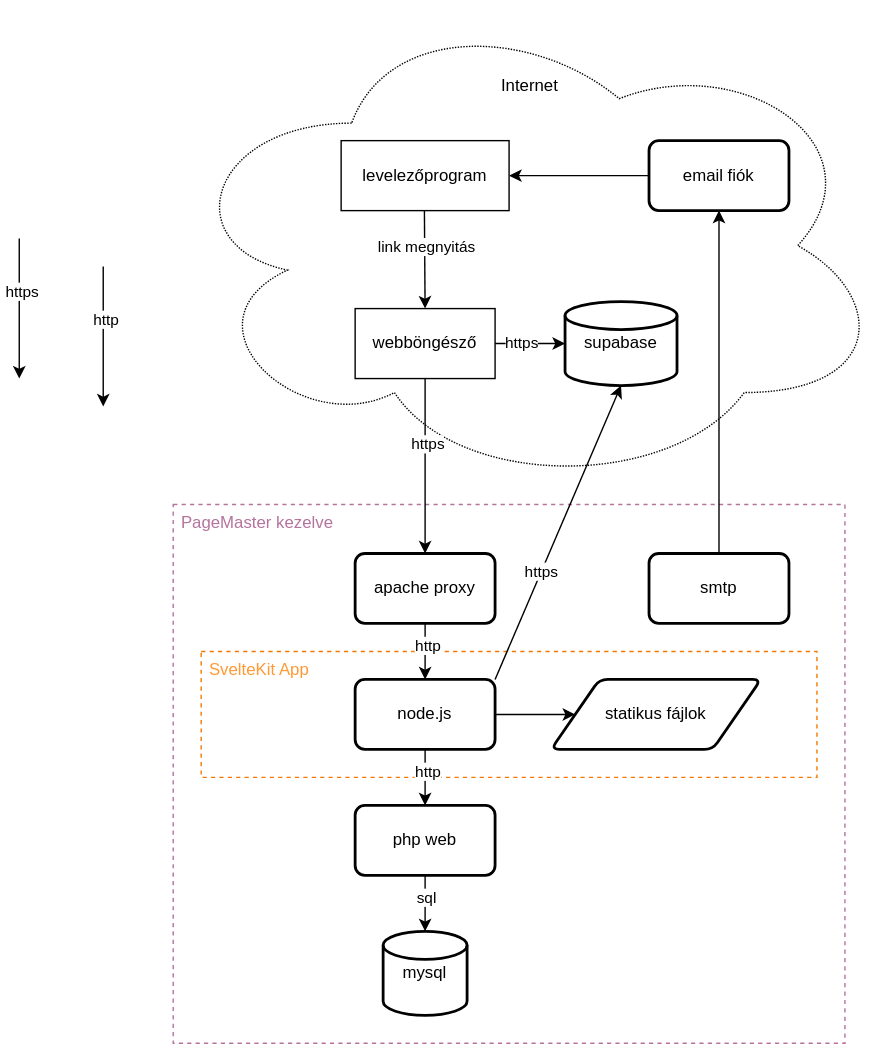
This is skanzen-folyamatábra.svg from boczpeter/notes, a draw.io export, as it was before one commit. Source tidied: cells renumbered, new cells last; positions are measured from the earlier drawing's top-left corner, leaving out a move shared by most shapes.
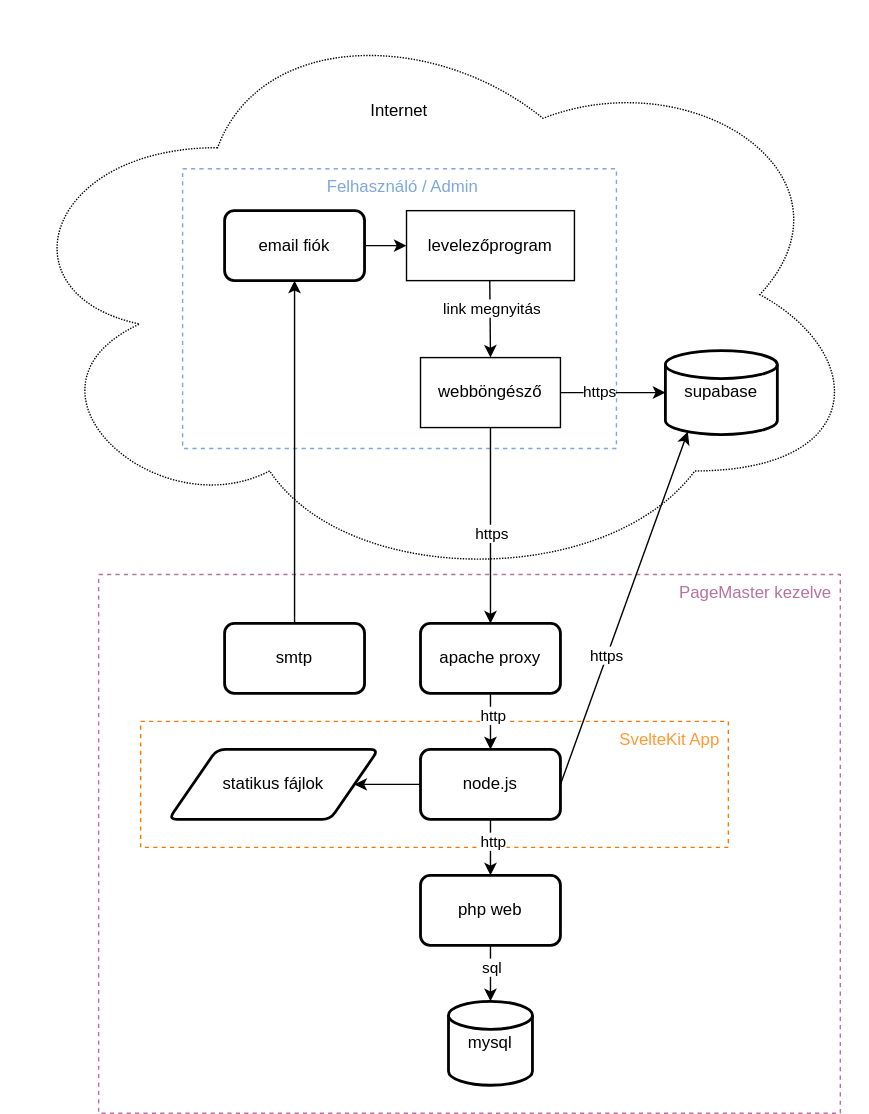
The same file after the commit.

What changed in the source:
```diff
@@ -2,14 +2,17 @@
   <root>
     <mxCell id="0" />
     <mxCell id="1" parent="0" />
-    <mxCell id="2" value="&lt;div align=&quot;center&quot;&gt;Internet&lt;/div&gt;" style="ellipse;shape=cloud;whiteSpace=wrap;html=1;align=center;verticalAlign=top;spacingTop=47;dashed=1;dashPattern=1 1;strokeWidth=1;perimeterSpacing=0;shadow=0;" parent="1" vertex="1">
-      <mxGeometry x="110" width="510" height="350" as="geometry" />
+    <mxCell id="2" value="&lt;div align=&quot;center&quot;&gt;Internet&lt;/div&gt;" style="ellipse;shape=cloud;whiteSpace=wrap;html=1;align=center;verticalAlign=top;spacingTop=65;dashed=1;dashPattern=1 1;strokeWidth=1;perimeterSpacing=0;shadow=0;spacingRight=50;" parent="1" vertex="1">
+      <mxGeometry x="-60" y="-50" width="620" height="420" as="geometry" />
     </mxCell>
+    <mxCell id="36" value="Felhasználó / Admin" style="rounded=0;whiteSpace=wrap;html=1;dashed=1;align=center;verticalAlign=top;labelBackgroundColor=none;spacing=1;spacingLeft=5;fillColor=none;strokeColor=#7EA6E0;fontColor=#7EA6E0;spacingTop=0;" parent="1" vertex="1">
+      <mxGeometry x="70" y="70" width="310" height="200" as="geometry" />
+    </mxCell>
-    <mxCell id="3" value="&lt;div&gt;PageMaster kezelve&lt;br&gt;&lt;/div&gt;" style="rounded=0;whiteSpace=wrap;html=1;dashed=1;align=left;verticalAlign=top;labelBackgroundColor=none;spacing=1;spacingLeft=5;fillColor=none;strokeColor=#B5739D;fontColor=#B5739D;labelBorderColor=none;" parent="1" vertex="1">
-      <mxGeometry x="110" y="360" width="480" height="385" as="geometry" />
+    <mxCell id="3" value="&lt;div&gt;PageMaster kezelve&lt;br&gt;&lt;/div&gt;" style="rounded=0;whiteSpace=wrap;html=1;dashed=1;align=right;verticalAlign=top;labelBackgroundColor=none;spacing=1;spacingLeft=0;fillColor=none;strokeColor=#B5739D;fontColor=#B5739D;labelBorderColor=none;spacingRight=5;" parent="1" vertex="1">
+      <mxGeometry x="10" y="360" width="530" height="385" as="geometry" />
     </mxCell>
-    <mxCell id="4" value="&lt;div&gt;SvelteKit App&lt;br&gt;&lt;/div&gt;" style="rounded=0;whiteSpace=wrap;html=1;dashed=1;align=left;verticalAlign=top;labelBackgroundColor=none;spacing=1;spacingLeft=5;fillColor=none;strokeColor=#f57900;fontColor=#FF9933;" parent="1" vertex="1">
-      <mxGeometry x="130" y="465" width="440" height="90" as="geometry" />
+    <mxCell id="4" value="&lt;div&gt;SvelteKit App&lt;br&gt;&lt;/div&gt;" style="rounded=0;whiteSpace=wrap;html=1;dashed=1;align=right;verticalAlign=top;labelBackgroundColor=none;spacing=1;spacingLeft=5;fillColor=none;strokeColor=#f57900;fontColor=#FF9933;spacingRight=5;" parent="1" vertex="1">
+      <mxGeometry x="40" y="465" width="420" height="90" as="geometry" />
     </mxCell>
     <mxCell id="5" value="php web" style="rounded=1;whiteSpace=wrap;html=1;absoluteArcSize=1;arcSize=14;strokeWidth=2;" parent="1" vertex="1">
       <mxGeometry x="240" y="575" width="100" height="50" as="geometry" />
@@ -21,31 +24,33 @@
       <mxGeometry x="240" y="485" width="100" height="50" as="geometry" />
     </mxCell>
     <mxCell id="8" value="statikus fájlok" style="shape=parallelogram;html=1;strokeWidth=2;perimeter=parallelogramPerimeter;whiteSpace=wrap;rounded=1;arcSize=12;size=0.23;" parent="1" vertex="1">
-      <mxGeometry x="380" y="485" width="150" height="50" as="geometry" />
+      <mxGeometry x="60" y="485" width="150" height="50" as="geometry" />
     </mxCell>
     <mxCell id="9" value="smtp" style="rounded=1;whiteSpace=wrap;html=1;absoluteArcSize=1;arcSize=14;strokeWidth=2;" parent="1" vertex="1">
-      <mxGeometry x="450" y="395" width="100" height="50" as="geometry" />
+      <mxGeometry x="100" y="395" width="100" height="50" as="geometry" />
     </mxCell>
     <mxCell id="10" value="apache proxy" style="rounded=1;whiteSpace=wrap;html=1;absoluteArcSize=1;arcSize=14;strokeWidth=2;" parent="1" vertex="1">
       <mxGeometry x="240" y="395" width="100" height="50" as="geometry" />
     </mxCell>
     <mxCell id="11" value="supabase" style="strokeWidth=2;html=1;shape=mxgraph.flowchart.database;whiteSpace=wrap;" parent="1" vertex="1">
-      <mxGeometry x="390" y="215" width="80" height="60" as="geometry" />
+      <mxGeometry x="415" y="200" width="80" height="60" as="geometry" />
     </mxCell>
     <mxCell id="12" value="webböngésző" style="rounded=0;whiteSpace=wrap;html=1;" parent="1" vertex="1">
-      <mxGeometry x="240" y="220" width="100" height="50" as="geometry" />
+      <mxGeometry x="240" y="205" width="100" height="50" as="geometry" />
     </mxCell>
     <mxCell id="13" value="levelezőprogram" style="rounded=0;whiteSpace=wrap;html=1;" parent="1" vertex="1">
       <mxGeometry x="230" y="100" width="120" height="50" as="geometry" />
     </mxCell>
     <mxCell id="14" value="email fiók" style="rounded=1;whiteSpace=wrap;html=1;absoluteArcSize=1;arcSize=14;strokeWidth=2;" parent="1" vertex="1">
-      <mxGeometry x="450" y="100" width="100" height="50" as="geometry" />
+      <mxGeometry x="100" y="100" width="100" height="50" as="geometry" />
     </mxCell>
     <mxCell id="15" style="endArrow=classic;html=1;rounded=0;exitX=0.5;exitY=1;exitDx=0;exitDy=0;entryX=0.5;entryY=0;entryDx=0;entryDy=0;" parent="1" edge="1" source="12" target="10">
       <mxGeometry relative="1" as="geometry" />
     </mxCell>
     <mxCell id="16" value="&lt;div&gt;https&lt;/div&gt;" style="edgeLabel;html=1;align=center;verticalAlign=middle;" parent="15" vertex="1">
-      <mxGeometry x="-0.27" y="1" relative="1" as="geometry" />
+      <mxGeometry x="-0.27" y="1" relative="1" as="geometry">
+        <mxPoint x="-1" y="24" as="offset" />
+      </mxGeometry>
     </mxCell>
     <mxCell id="17" style="endArrow=classic;html=1;rounded=0;exitX=0.5;exitY=1;exitDx=0;exitDy=0;entryX=0.5;entryY=0;entryDx=0;entryDy=0;" parent="1" edge="1" target="12">
       <mxGeometry relative="1" as="geometry">
@@ -55,16 +60,7 @@
     <mxCell id="18" value="link megnyitás" style="edgeLabel;html=1;align=center;verticalAlign=middle;" parent="17" vertex="1">
       <mxGeometry x="-0.27" y="1" relative="1" as="geometry" />
     </mxCell>
-    <mxCell id="19" style="endArrow=classic;html=1;rounded=0;" parent="1" edge="1">
-      <mxGeometry relative="1" as="geometry">
-        <mxPoint y="170" as="sourcePoint" />
-        <mxPoint y="270" as="targetPoint" />
-      </mxGeometry>
-    </mxCell>
-    <mxCell id="20" value="&lt;div&gt;https&lt;/div&gt;" style="edgeLabel;html=1;align=center;verticalAlign=middle;" parent="19" vertex="1">
-      <mxGeometry x="-0.27" y="1" relative="1" as="geometry" />
-    </mxCell>
-    <mxCell id="21" style="endArrow=classic;html=1;rounded=0;exitX=1;exitY=0;exitDx=0;exitDy=0;entryX=0.5;entryY=1;entryDx=0;entryDy=0;entryPerimeter=0;" parent="1" edge="1" source="7" target="11">
+    <mxCell id="21" style="endArrow=classic;html=1;rounded=0;exitX=1;exitY=0.5;exitDx=0;exitDy=0;entryX=0.2;entryY=0.967;entryDx=0;entryDy=0;entryPerimeter=0;" parent="1" edge="1" source="7" target="11">
       <mxGeometry relative="1" as="geometry" />
     </mxCell>
     <mxCell id="22" value="&lt;div&gt;https&lt;/div&gt;" style="edgeLabel;html=1;align=center;verticalAlign=middle;" parent="21" vertex="1">
@@ -76,21 +72,9 @@
     <mxCell id="24" value="&lt;div&gt;https&lt;/div&gt;" style="edgeLabel;html=1;align=center;verticalAlign=middle;" parent="23" vertex="1">
       <mxGeometry x="-0.27" y="1" relative="1" as="geometry" />
     </mxCell>
-    <mxCell id="25" style="endArrow=classic;html=1;rounded=0;exitX=0;exitY=0.5;exitDx=0;exitDy=0;entryX=1;entryY=0.5;entryDx=0;entryDy=0;" parent="1" edge="1" source="14" target="13">
+    <mxCell id="25" style="endArrow=classic;html=1;rounded=0;exitX=1;exitY=0.5;exitDx=0;exitDy=0;entryX=0;entryY=0.5;entryDx=0;entryDy=0;" parent="1" edge="1" source="14" target="13">
       <mxGeometry relative="1" as="geometry" />
     </mxCell>
-    <mxCell id="26" style="endArrow=classic;html=1;rounded=0;entryX=0.5;entryY=1;entryDx=0;entryDy=0;exitX=0.5;exitY=0;exitDx=0;exitDy=0;" parent="1" edge="1" source="9" target="14">
-      <mxGeometry relative="1" as="geometry" />
-    </mxCell>
-    <mxCell id="27" style="endArrow=classic;html=1;rounded=0;" parent="1" edge="1">
-      <mxGeometry relative="1" as="geometry">
-        <mxPoint x="60" y="190" as="sourcePoint" />
-        <mxPoint x="60" y="290" as="targetPoint" />
-      </mxGeometry>
-    </mxCell>
-    <mxCell id="28" value="&lt;div&gt;http&lt;/div&gt;" style="edgeLabel;html=1;align=center;verticalAlign=middle;" parent="27" vertex="1">
-      <mxGeometry x="-0.27" y="1" relative="1" as="geometry" />
-    </mxCell>
     <mxCell id="29" style="endArrow=classic;html=1;rounded=0;exitX=0.5;exitY=1;exitDx=0;exitDy=0;entryX=0.5;entryY=0;entryDx=0;entryDy=0;" parent="1" edge="1" source="7" target="5">
       <mxGeometry relative="1" as="geometry" />
     </mxCell>
@@ -109,8 +93,13 @@
     <mxCell id="34" value="sql" style="edgeLabel;html=1;align=center;verticalAlign=middle;" parent="33" vertex="1">
       <mxGeometry x="-0.25" relative="1" as="geometry" />
     </mxCell>
-    <mxCell id="35" style="endArrow=classic;html=1;rounded=0;exitX=1;exitY=0.5;exitDx=0;exitDy=0;" parent="1" edge="1" source="7" target="8">
-      <mxGeometry relative="1" as="geometry" />
+    <mxCell id="35" style="endArrow=classic;html=1;rounded=0;" parent="1" edge="1" target="8">
+      <mxGeometry relative="1" as="geometry">
+        <mxPoint x="240" y="510" as="sourcePoint" />
+      </mxGeometry>
     </mxCell>
+    <mxCell id="26" style="endArrow=classic;html=1;rounded=0;exitX=0.5;exitY=0;exitDx=0;exitDy=0;entryX=0.5;entryY=1;entryDx=0;entryDy=0;" parent="1" edge="1" source="9" target="14">
+      <mxGeometry relative="1" as="geometry" />
+    </mxCell>
   </root>
 </mxGraphModel>
```
